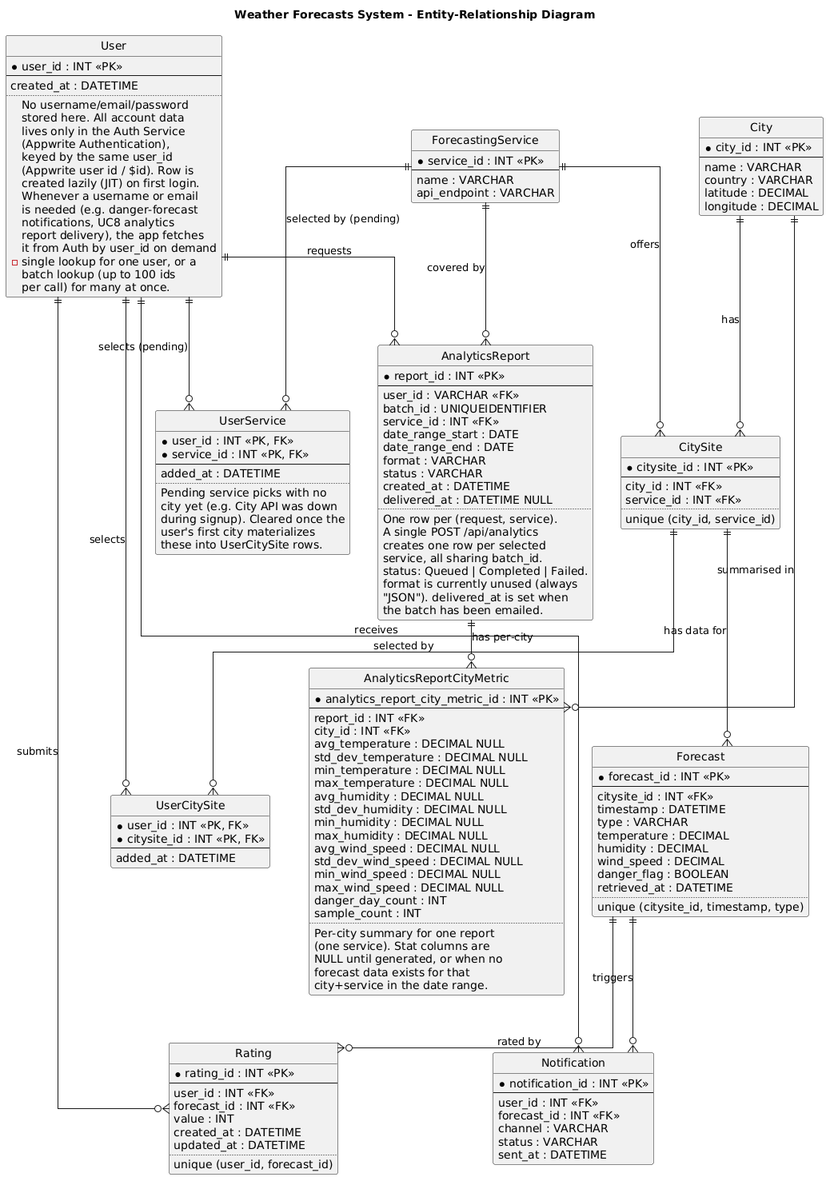
ManosMorf97/Weather-Forecasts-AI-Remastered keeps this PlantUML diagram as requirements/ER_Diagram/ERDiagram.png. Above is the earlier version.
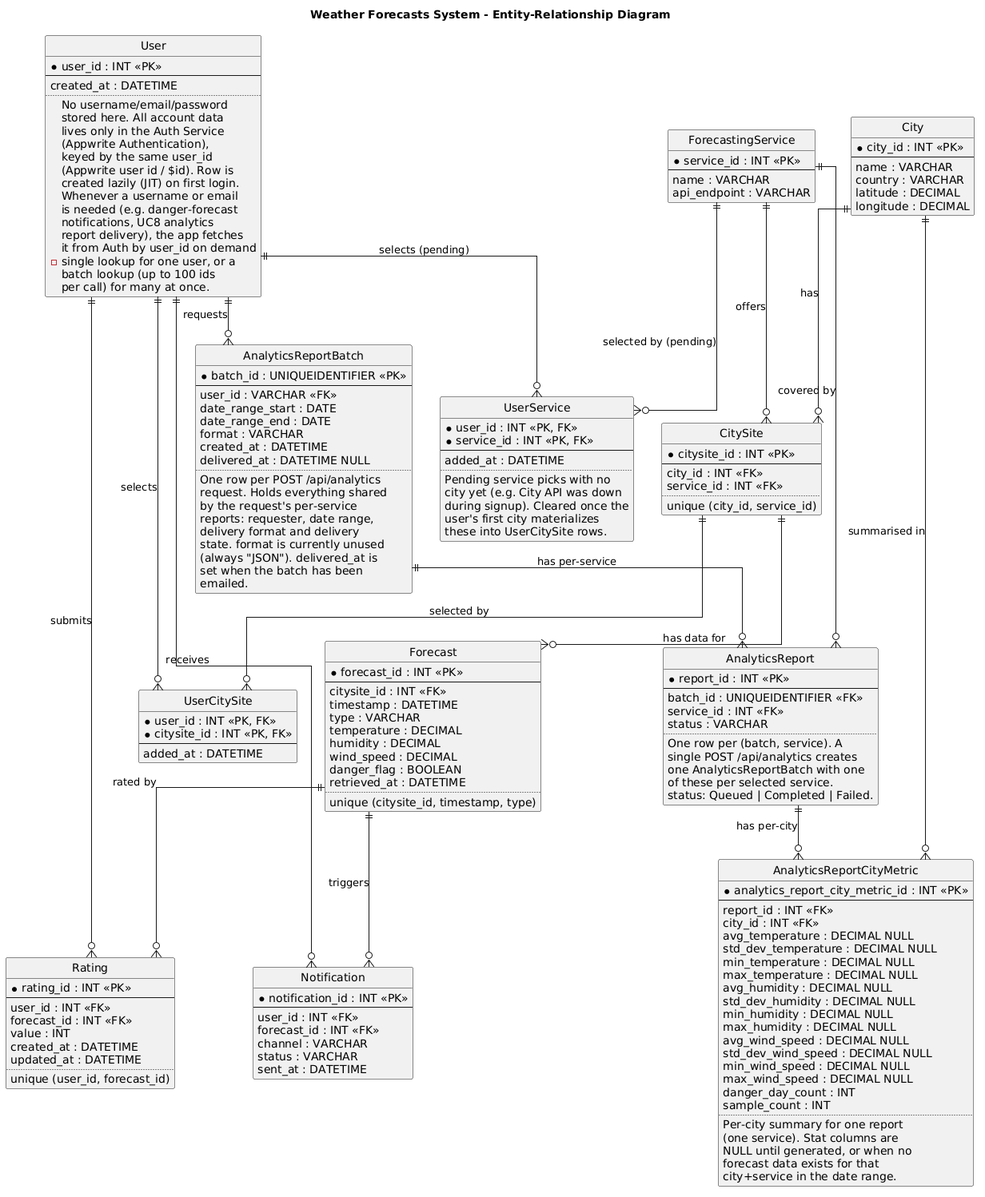
The same file after the commit.

Diff of the diagram source:
```diff
@@ -108,27 +108,39 @@
   sent_at : DATETIME
 }
 
+entity "AnalyticsReportBatch" as report_batch {
+  * batch_id : UNIQUEIDENTIFIER <<PK>>
+  --
+  user_id : VARCHAR <<FK>>
+  date_range_start : DATE
+  date_range_end : DATE
+  format : VARCHAR
+  created_at : DATETIME
+  delivered_at : DATETIME NULL
+  ..
+  One row per POST /api/analytics
+  request. Holds everything shared
+  by the request's per-service
+  reports: requester, date range,
+  delivery format and delivery
+  state. format is currently unused
+  (always "JSON"). delivered_at is
+  set when the batch has been
+  emailed.
+}
+
 entity "AnalyticsReport" as report {
   * report_id : INT <<PK>>
   --
-  user_id : VARCHAR <<FK>>
-  batch_id : UNIQUEIDENTIFIER
+  batch_id : UNIQUEIDENTIFIER <<FK>>
   service_id : INT <<FK>>
-  date_range_start : DATE
-  date_range_end : DATE
-  format : VARCHAR
   status : VARCHAR
-  created_at : DATETIME
-  delivered_at : DATETIME NULL
   ..
-  One row per (request, service).
-  A single POST /api/analytics
-  creates one row per selected
-  service, all sharing batch_id.
+  One row per (batch, service). A
+  single POST /api/analytics creates
+  one AnalyticsReportBatch with one
+  of these per selected service.
   status: Queued | Completed | Failed.
-  format is currently unused (always
-  "JSON"). delivered_at is set when
-  the batch has been emailed.
 }
 
 entity "AnalyticsReportCityMetric" as report_metric {
@@ -175,8 +187,9 @@
 user     ||--o{ notification : receives
 forecast ||--o{ notification : triggers
 
-user    ||--o{ report : requests
-service ||--o{ report : "covered by"
+user         ||--o{ report_batch : requests
+report_batch ||--o{ report : "has per-service"
+service      ||--o{ report : "covered by"
 
 report ||--o{ report_metric : "has per-city"
 city   ||--o{ report_metric : "summarised in"
```
